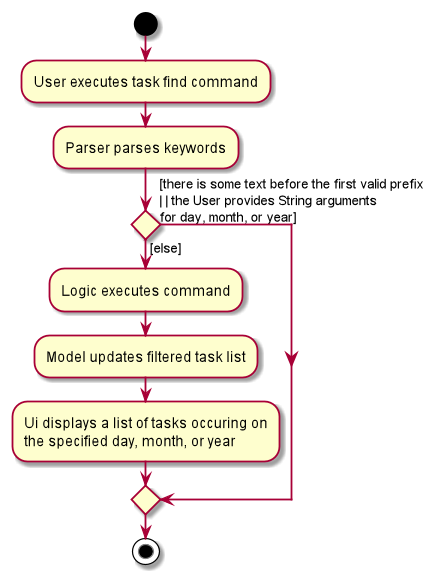
This is docs/images/TaskSearchActivityDiagram.png from zixinn/main, a PlantUML export, as it was before one commit.
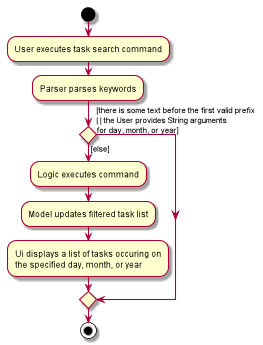
After the commit.

Change to the diagram source:
```diff
@@ -1,7 +1,7 @@
 @startuml
 scale 1.2
 start
-:User executes task find command;
+:User executes task search command;
 :Parser parses keywords;
 if () then ([else])
     :Logic executes command;
```
